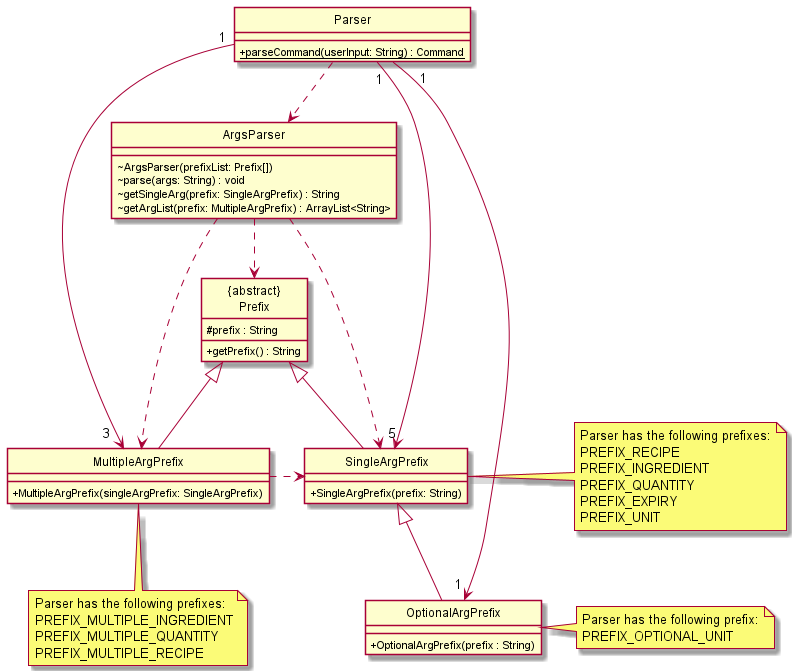
Before: docs/diagrams/ParserClassDiagram.png, a diagram exported from PlantUML (nus-cs2113-AY2122S1/tp).
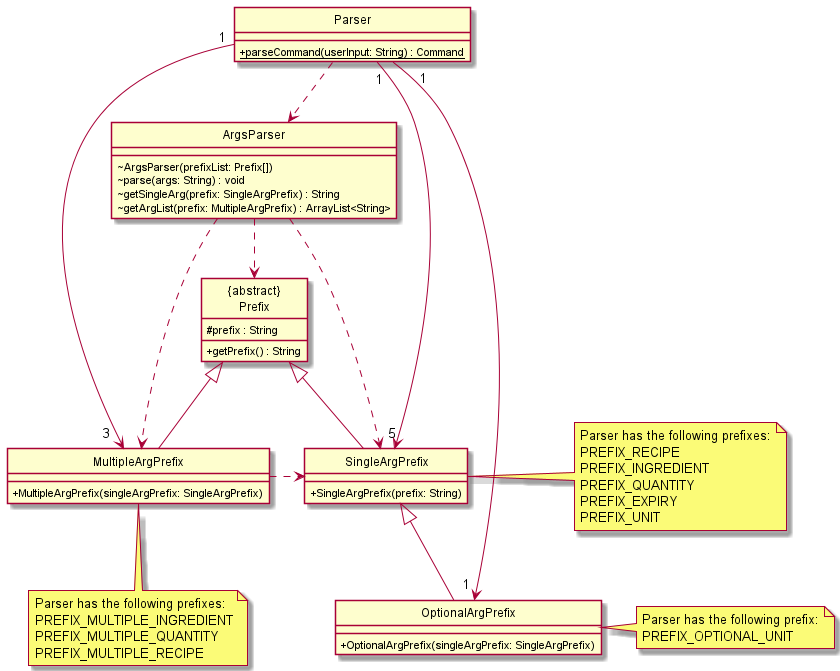
Later version of the same file.

Change to the diagram source:
```diff
@@ -14,7 +14,7 @@
     +MultipleArgPrefix(singleArgPrefix: SingleArgPrefix)
 }
 class OptionalArgPrefix extends SingleArgPrefix {
-    +OptionalArgPrefix(prefix : String)
+    +OptionalArgPrefix(singleArgPrefix: SingleArgPrefix)
 }
 
 class ArgsParser {
```
